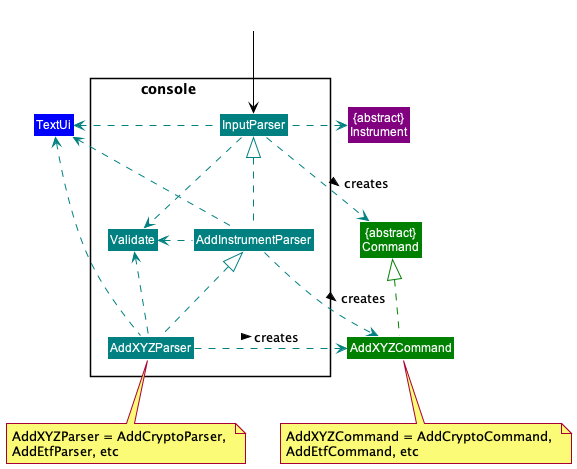
Before: docs/images/ConsoleDiagram.png, a diagram exported from PlantUML (williamlamjy/mTracker).
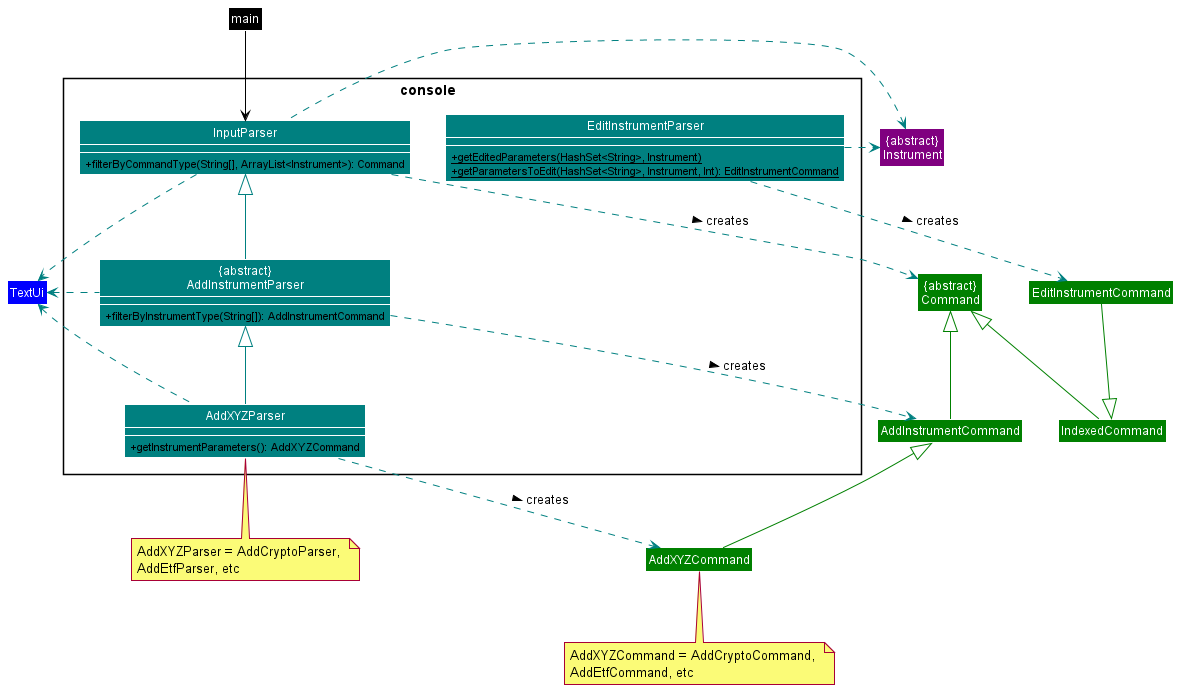
The same diagram one commit later.

Commit message:
Update architecture and console diagrma

The edit, as a diff of the source:
```diff
@@ -1,39 +1,59 @@
 @startuml
 !include Styles.puml
 
+Class main COLOR_MAIN
+
+skinparam classAttributeIconSize 0
 Package "console                 "<<Rectangle>>{
-    Class InputParser COLOR_CONSOLE
-    Class AddInstrumentParser COLOR_CONSOLE
-    Class AddXYZParser COLOR_CONSOLE
-    Class Validate COLOR_CONSOLE
+    Class InputParser COLOR_CONSOLE {
+        + filterByCommandType(String[], ArrayList<Instrument>): Command
+    }
+    Class "{abstract}\nAddInstrumentParser" as AddInstrumentParser COLOR_CONSOLE {
+        + filterByInstrumentType(String[]): AddInstrumentCommand
+    }
+    Class AddXYZParser COLOR_CONSOLE {
+        + getInstrumentParameters(): AddXYZCommand
+    }
+    Class EditInstrumentParser COLOR_CONSOLE {
+        + {static} getEditedParameters(HashSet<String>, Instrument)
+        + {static} getParametersToEdit(HashSet<String>, Instrument, Int): EditInstrumentCommand
+    }
 }
 
+show InputParser members
+show AddInstrumentParser members
+show AddXYZParser members
+show EditInstrumentParser members
+
 Class "{abstract}\nCommand" as Command COLOR_COMMANDS
+Class AddInstrumentCommand COLOR_COMMANDS
 Class AddXYZCommand COLOR_COMMANDS
+Class EditInstrumentCommand COLOR_COMMANDS
+Class IndexedCommand COLOR_COMMANDS
 Class TextUi COLOR_UI
 Class "{abstract}\nInstrument" as Instrument COLOR_MODEL
 
-Class outside COLOR_WHITE
-outside -down[COLOR_MAIN]-> InputParser
-AddInstrumentParser -up[COLOR_CONSOLE].|> InputParser
-AddXYZParser -up[COLOR_CONSOLE].|> AddInstrumentParser
-
-InputParser -down[COLOR_CONSOLE].> Validate
-AddInstrumentParser -left[COLOR_CONSOLE].> Validate
-AddXYZParser -left[COLOR_CONSOLE].> Validate
+main -down[COLOR_MAIN]-> InputParser
+AddInstrumentParser -up[COLOR_CONSOLE]-|> InputParser
+AddXYZParser -up[COLOR_CONSOLE]-|> AddInstrumentParser
 
 InputParser -down[COLOR_CONSOLE].> Command : creates >
-AddInstrumentParser -right[COLOR_CONSOLE].> AddXYZCommand : creates >
+AddInstrumentParser -right[COLOR_CONSOLE].> AddInstrumentCommand : creates >
 AddXYZParser -right[COLOR_CONSOLE].> AddXYZCommand : creates >
+EditInstrumentParser -right[COLOR_CONSOLE].> EditInstrumentCommand : creates >
 
-InputParser -left[COLOR_CONSOLE].> TextUi
+InputParser -down[COLOR_CONSOLE].> TextUi
 AddInstrumentParser -left[COLOR_CONSOLE].> TextUi
 AddXYZParser -left[COLOR_CONSOLE].> TextUi
 
 InputParser -left[COLOR_CONSOLE].> Instrument
+EditInstrumentParser -right[COLOR_CONSOLE].> Instrument
 
 note bottom of AddXYZParser: AddXYZParser = AddCryptoParser, \nAddEtfParser, etc
 
-AddXYZCommand -up[COLOR_COMMANDS].|> Command
+EditInstrumentCommand -down[COLOR_COMMANDS]-|> IndexedCommand
+IndexedCommand -up[COLOR_COMMANDS]-|> Command
+AddXYZCommand -up[COLOR_COMMANDS]-|> AddInstrumentCommand
+AddInstrumentCommand -up[COLOR_COMMANDS]-|> Command
 note bottom of AddXYZCommand: AddXYZCommand = AddCryptoCommand, \nAddEtfCommand, etc
 @enduml
```
